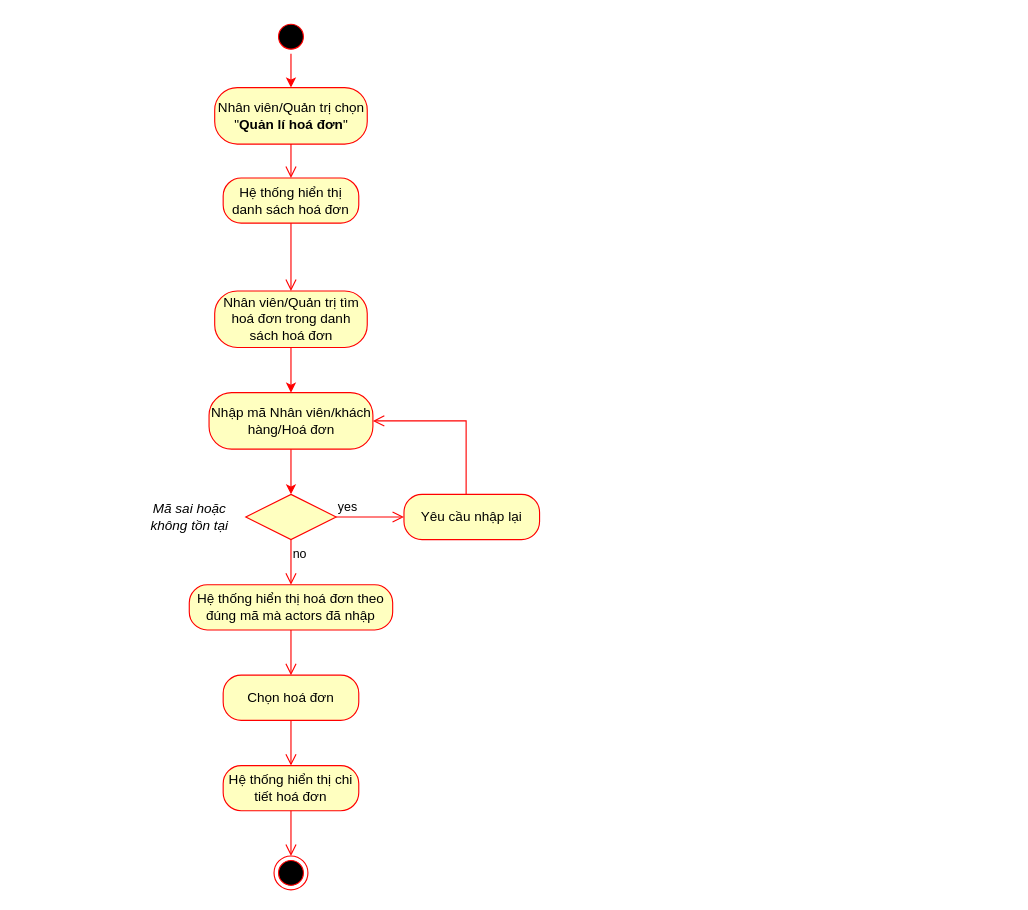
The draw.io diagram Activity Diagrams/Quang Võ/AD_XemChiTiếtHoáĐơn.drawio in EdgarIgnite16/OOAD-Project, before the edit. Source tidied: cells renumbered, new cells numbered last; positions are measured from the earlier drawing's top-left corner, leaving out a move shared by most shapes. Both pictures are drawn from the tidied source at 113%, with x=0, y=0 at pixel (138, 19).
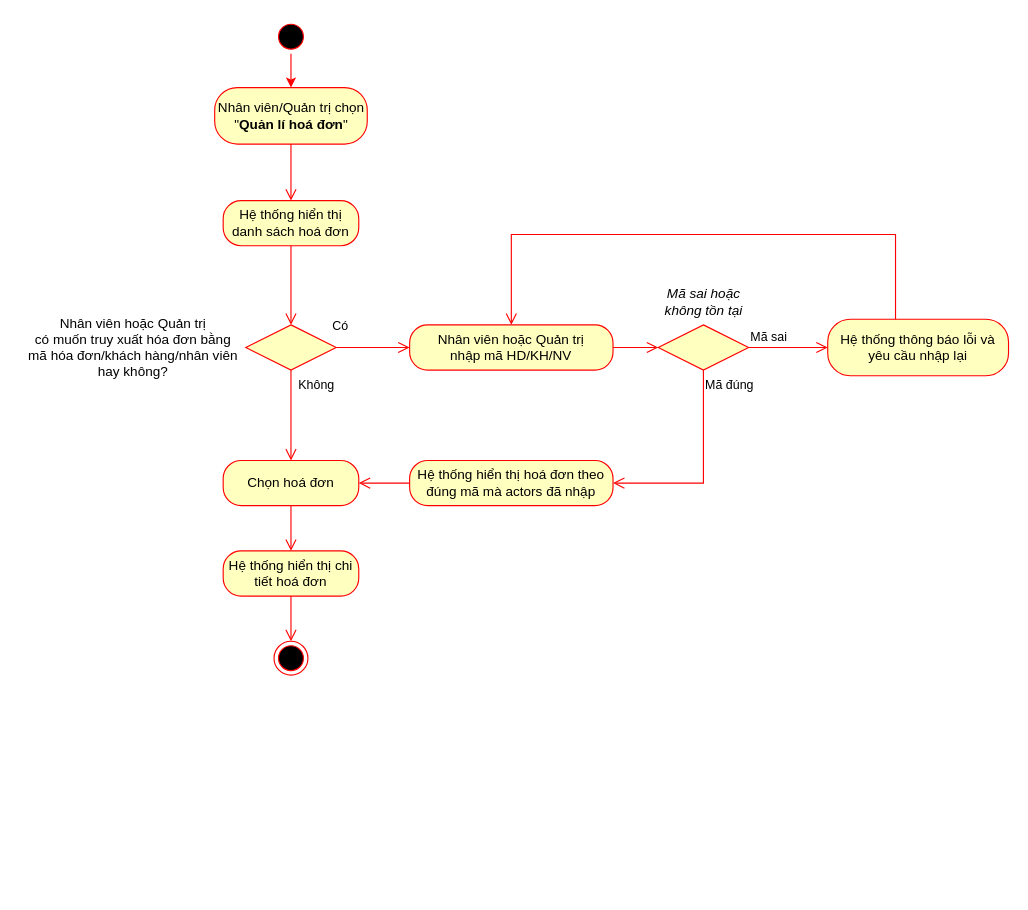
The same page after the edit.

Commit message (it also covers changes not shown here):
update cho wang gà

Diff of the diagram source:
```diff
@@
     <mxCell id="2" style="ellipse;html=1;shape=endState;fillColor=#000000;strokeColor=#ff0000;fontFamily=Times New Roman;fontSize=12;" parent="1" vertex="1">
-      <mxGeometry x="120" y="740" width="30" height="30" as="geometry" />
+      <mxGeometry x="120" y="550" width="30" height="30" as="geometry" />
     </mxCell>
@@
     <mxCell id="7" value="Hệ thống hiển thị danh sách hoá đơn" style="rounded=1;whiteSpace=wrap;html=1;arcSize=40;fontColor=#000000;fillColor=#ffffc0;strokeColor=#ff0000;" parent="1" vertex="1">
-      <mxGeometry x="75" y="140" width="120" height="40" as="geometry" />
+      <mxGeometry x="75" y="160" width="120" height="40" as="geometry" />
     </mxCell>
-    <mxCell id="8" style="edgeStyle=orthogonalEdgeStyle;html=1;verticalAlign=bottom;endArrow=open;endSize=8;strokeColor=#ff0000;rounded=0;" parent="1" edge="1" source="7" target="9">
+    <mxCell id="8" style="edgeStyle=orthogonalEdgeStyle;html=1;verticalAlign=bottom;endArrow=open;endSize=8;strokeColor=#ff0000;rounded=0;" parent="1" edge="1" source="7" target="25">
       <mxGeometry relative="1" as="geometry" />
     </mxCell>
-    <mxCell id="9" value="Nhân viên/Quản trị tìm hoá đơn trong danh sách hoá đơn" style="rounded=1;whiteSpace=wrap;html=1;arcSize=40;fontColor=#000000;fillColor=#ffffc0;strokeColor=#ff0000;" parent="1" vertex="1">
-      <mxGeometry x="67.5" y="240" width="135" height="50" as="geometry" />
-    </mxCell>
-    <mxCell id="10" value="Nhập mã Nhân viên/khách hàng/Hoá đơn" style="rounded=1;whiteSpace=wrap;html=1;arcSize=40;fontColor=#000000;fillColor=#ffffc0;strokeColor=#ff0000;" parent="1" vertex="1">
-      <mxGeometry x="62.5" y="330" width="145" height="50" as="geometry" />
-    </mxCell>
     <mxCell id="11" style="rhombus;whiteSpace=wrap;html=1;fillColor=#ffffc0;strokeColor=#ff0000;" parent="1" vertex="1">
-      <mxGeometry x="95" y="420" width="80" height="40" as="geometry" />
+      <mxGeometry x="460" y="270" width="80" height="40" as="geometry" />
     </mxCell>
-    <mxCell id="12" value="yes" style="edgeStyle=orthogonalEdgeStyle;html=1;align=left;verticalAlign=bottom;endArrow=open;endSize=8;strokeColor=#ff0000;rounded=0;" parent="1" edge="1" source="11" target="15">
+    <mxCell id="12" value="Mã sai" style="edgeStyle=orthogonalEdgeStyle;html=1;align=left;verticalAlign=bottom;endArrow=open;endSize=8;strokeColor=#ff0000;rounded=0;" parent="1" edge="1" source="11" target="15">
       <mxGeometry x="-1" relative="1" as="geometry" />
     </mxCell>
-    <mxCell id="13" value="no" style="edgeStyle=orthogonalEdgeStyle;html=1;align=left;verticalAlign=top;endArrow=open;endSize=8;strokeColor=#ff0000;rounded=0;" parent="1" edge="1" source="11" target="18">
-      <mxGeometry x="-1" relative="1" as="geometry" />
+    <mxCell id="13" value="Mã đúng" style="edgeStyle=orthogonalEdgeStyle;html=1;align=left;verticalAlign=top;endArrow=open;endSize=8;strokeColor=#ff0000;rounded=0;" parent="1" edge="1" source="11" target="18">
+      <mxGeometry x="-1" relative="1" as="geometry">
+        <Array as="points">
+          <mxPoint x="500" y="330" />
+          <mxPoint x="500" y="330" />
+        </Array>
+      </mxGeometry>
     </mxCell>
-    <mxCell id="14" style="endArrow=classic;html=1;rounded=0;fontFamily=Times New Roman;fontSize=12;strokeColor=#FF0000;" parent="1" edge="1" source="10" target="11">
-      <mxGeometry relative="1" as="geometry" />
-    </mxCell>
-    <mxCell id="15" value="Yêu cầu nhập lại" style="rounded=1;whiteSpace=wrap;html=1;arcSize=40;fontColor=#000000;fillColor=#ffffc0;strokeColor=#ff0000;" parent="1" vertex="1">
-      <mxGeometry x="235" y="420" width="120" height="40" as="geometry" />
+    <mxCell id="15" value="Hệ thống thông báo lỗi và yêu cầu nhập lại" style="rounded=1;whiteSpace=wrap;html=1;arcSize=40;fontColor=#000000;fillColor=#ffffc0;strokeColor=#ff0000;" parent="1" vertex="1">
+      <mxGeometry x="610" y="265" width="160" height="50" as="geometry" />
     </mxCell>
-    <mxCell id="16" style="edgeStyle=orthogonalEdgeStyle;html=1;verticalAlign=bottom;endArrow=open;endSize=8;strokeColor=#ff0000;rounded=0;" parent="1" edge="1" source="15" target="10">
+    <mxCell id="16" style="edgeStyle=orthogonalEdgeStyle;html=1;verticalAlign=bottom;endArrow=open;endSize=8;strokeColor=#ff0000;rounded=0;" parent="1" edge="1" source="15" target="29">
       <mxGeometry relative="1" as="geometry">
         <Array as="points">
-          <mxPoint x="290" y="355" />
+          <mxPoint x="670" y="190" />
+          <mxPoint x="330" y="190" />
         </Array>
       </mxGeometry>
     </mxCell>
     <mxCell id="17" value="Mã sai hoặc&lt;br&gt;không tồn tại" style="text;html=1;align=center;verticalAlign=middle;strokeColor=none;fillColor=none;fontStyle=2;" parent="1" vertex="1">
-      <mxGeometry y="420" width="90" height="40" as="geometry" />
+      <mxGeometry x="455" y="230" width="90" height="40" as="geometry" />
     </mxCell>
     <mxCell id="18" value="Hệ thống hiển thị hoá đơn theo đúng mã mà actors đã nhập" style="rounded=1;whiteSpace=wrap;html=1;arcSize=40;fontColor=#000000;fillColor=#ffffc0;strokeColor=#ff0000;" parent="1" vertex="1">
-      <mxGeometry x="45" y="500" width="180" height="40" as="geometry" />
+      <mxGeometry x="240" y="390" width="180" height="40" as="geometry" />
     </mxCell>
@@
     <mxCell id="20" value="Chọn hoá đơn" style="rounded=1;whiteSpace=wrap;html=1;arcSize=40;fontColor=#000000;fillColor=#ffffc0;strokeColor=#ff0000;" parent="1" vertex="1">
-      <mxGeometry x="75" y="580" width="120" height="40" as="geometry" />
+      <mxGeometry x="75" y="390" width="120" height="40" as="geometry" />
     </mxCell>
@@
     <mxCell id="22" value="Hệ thống hiển thị chi tiết hoá đơn" style="rounded=1;whiteSpace=wrap;html=1;arcSize=40;fontColor=#000000;fillColor=#ffffc0;strokeColor=#ff0000;" parent="1" vertex="1">
-      <mxGeometry x="75" y="660" width="120" height="40" as="geometry" />
+      <mxGeometry x="75" y="470" width="120" height="40" as="geometry" />
     </mxCell>
@@
-    <mxCell id="24" style="endArrow=classic;html=1;rounded=0;fontFamily=Times New Roman;fontSize=12;strokeColor=#FF0000;" parent="1" edge="1" source="9" target="10">
-      <mxGeometry relative="1" as="geometry" />
-    </mxCell>
+    <mxCell id="25" style="rhombus;whiteSpace=wrap;html=1;fillColor=#ffffc0;strokeColor=#ff0000;" parent="1" vertex="1">
+      <mxGeometry x="95" y="270" width="80" height="40" as="geometry" />
+    </mxCell>
+    <mxCell id="26" value="Có&amp;nbsp;" style="edgeStyle=orthogonalEdgeStyle;html=1;align=left;verticalAlign=bottom;endArrow=open;endSize=8;strokeColor=#ff0000;rounded=0;" parent="1" edge="1" source="25" target="29">
+      <mxGeometry x="-1" y="11" relative="1" as="geometry">
+        <mxPoint x="-5" y="1" as="offset" />
+      </mxGeometry>
+    </mxCell>
+    <mxCell id="27" value="Không" style="edgeStyle=orthogonalEdgeStyle;html=1;align=left;verticalAlign=top;endArrow=open;endSize=8;strokeColor=#ff0000;rounded=0;" parent="1" edge="1" source="25" target="20">
+      <mxGeometry x="-1" y="5" relative="1" as="geometry" />
+    </mxCell>
+    <mxCell id="28" value="Nhân viên hoặc Quản trị&lt;br&gt;có muốn truy xuất hóa đơn bằng &lt;br&gt;mã hóa đơn/khách hàng/nhân viên&lt;br&gt;hay không?" style="text;html=1;align=center;verticalAlign=middle;strokeColor=none;fillColor=none;" parent="1" vertex="1">
+      <mxGeometry x="-105" y="260" width="200" height="60" as="geometry" />
+    </mxCell>
+    <mxCell id="29" value="Nhân viên hoặc Quản trị&lt;br&gt;nhập mã HD/KH/NV" style="rounded=1;whiteSpace=wrap;html=1;arcSize=40;fontColor=#000000;fillColor=#ffffc0;strokeColor=#ff0000;" parent="1" vertex="1">
+      <mxGeometry x="240" y="270" width="180" height="40" as="geometry" />
+    </mxCell>
+    <mxCell id="30" style="edgeStyle=orthogonalEdgeStyle;html=1;verticalAlign=bottom;endArrow=open;endSize=8;strokeColor=#ff0000;rounded=0;" parent="1" edge="1" source="29" target="11">
+      <mxGeometry relative="1" as="geometry">
+        <Array as="points">
+          <mxPoint x="460" y="290" />
+          <mxPoint x="460" y="290" />
+        </Array>
+      </mxGeometry>
+    </mxCell>
```
